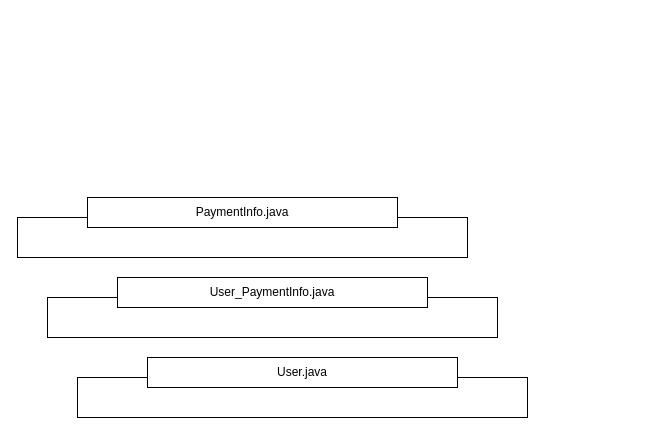
Above: EntitätNzuM.drawio in Manuel-F-04/drawio (draw.io), before the change. Source tidied: cells renumbered, new cells numbered last; positions are measured from the earlier drawing's top-left corner, leaving out a move shared by most shapes. Both pictures are drawn from the tidied source at 100%, with x=0, y=0 at pixel (17, 197).
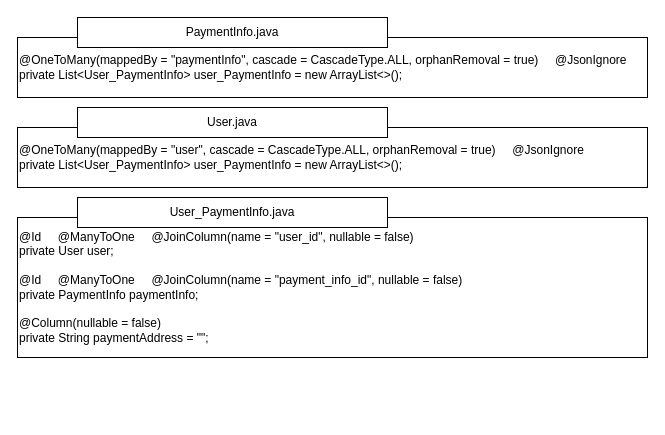
The same diagram, later.

Diff of the diagram source:
```diff
@@
 <mxGraphModel>
   <root>
     <mxCell id="0" />
     <mxCell id="1" parent="0" />
-    <mxCell id="2" style="rounded=0;whiteSpace=wrap;html=1;" parent="1" vertex="1">
-      <mxGeometry y="20" width="450" height="40" as="geometry" />
+    <mxCell id="2" value="&lt;div align=&quot;left&quot;&gt;@OneToMany(mappedBy = &quot;paymentInfo&quot;, cascade = CascadeType.ALL, orphanRemoval = true)&amp;nbsp;&amp;nbsp;&amp;nbsp;&amp;nbsp; @JsonIgnore&amp;nbsp;&amp;nbsp;&amp;nbsp;&amp;nbsp;&amp;nbsp;&lt;/div&gt;&lt;div align=&quot;left&quot;&gt;private List&amp;lt;User_PaymentInfo&amp;gt; user_PaymentInfo = new ArrayList&amp;lt;&amp;gt;();&lt;/div&gt;" style="rounded=0;whiteSpace=wrap;html=1;align=left;" parent="1" vertex="1">
+      <mxGeometry y="-160" width="630" height="60" as="geometry" />
     </mxCell>
-    <mxCell id="3" style="rounded=0;whiteSpace=wrap;html=1;" parent="1" vertex="1">
-      <mxGeometry x="30" y="100" width="450" height="40" as="geometry" />
+    <mxCell id="3" value="&lt;div align=&quot;left&quot;&gt;@Id&amp;nbsp;&amp;nbsp;&amp;nbsp;&amp;nbsp; @ManyToOne&amp;nbsp;&amp;nbsp;&amp;nbsp;&amp;nbsp; @JoinColumn(name = &quot;user_id&quot;, nullable = false)&amp;nbsp;&amp;nbsp;&amp;nbsp;&amp;nbsp;&amp;nbsp;&lt;/div&gt;&lt;div align=&quot;left&quot;&gt;private User user;&amp;nbsp;&amp;nbsp;&amp;nbsp;&amp;nbsp;&amp;nbsp;&amp;nbsp;&lt;/div&gt;&lt;div align=&quot;left&quot;&gt;&lt;br&gt;&lt;/div&gt;&lt;div align=&quot;left&quot;&gt;@Id&amp;nbsp;&amp;nbsp;&amp;nbsp;&amp;nbsp; @ManyToOne&amp;nbsp;&amp;nbsp;&amp;nbsp;&amp;nbsp; @JoinColumn(name = &quot;payment_info_id&quot;, nullable = false)&amp;nbsp;&amp;nbsp;&amp;nbsp;&amp;nbsp;&amp;nbsp;&lt;/div&gt;&lt;div align=&quot;left&quot;&gt;private PaymentInfo paymentInfo;&amp;nbsp;&amp;nbsp;&amp;nbsp;&amp;nbsp;&amp;nbsp;&amp;nbsp;&lt;/div&gt;&lt;div align=&quot;left&quot;&gt;&lt;br&gt;&lt;/div&gt;&lt;div align=&quot;left&quot;&gt;@Column(nullable = false)&amp;nbsp;&amp;nbsp;&amp;nbsp;&amp;nbsp;&amp;nbsp;&lt;/div&gt;&lt;div align=&quot;left&quot;&gt;private String paymentAddress = &quot;&quot;;&lt;/div&gt;" style="rounded=0;whiteSpace=wrap;html=1;align=left;" parent="1" vertex="1">
+      <mxGeometry y="20" width="630" height="140" as="geometry" />
     </mxCell>
-    <mxCell id="4" style="rounded=0;whiteSpace=wrap;html=1;" parent="1" vertex="1">
-      <mxGeometry x="60" y="180" width="450" height="40" as="geometry" />
+    <mxCell id="4" value="&lt;div align=&quot;left&quot;&gt;@OneToMany(mappedBy = &quot;user&quot;, cascade = CascadeType.ALL, orphanRemoval = true)&amp;nbsp;&amp;nbsp;&amp;nbsp;&amp;nbsp; @JsonIgnore&amp;nbsp;&amp;nbsp;&amp;nbsp;&amp;nbsp;&amp;nbsp;&lt;/div&gt;&lt;div align=&quot;left&quot;&gt;private List&amp;lt;User_PaymentInfo&amp;gt; user_PaymentInfo = new ArrayList&amp;lt;&amp;gt;();&lt;/div&gt;" style="rounded=0;whiteSpace=wrap;html=1;align=left;" parent="1" vertex="1">
+      <mxGeometry y="-70" width="630" height="60" as="geometry" />
     </mxCell>
     <mxCell id="5" value="PaymentInfo.java" style="rounded=0;whiteSpace=wrap;html=1;" parent="1" vertex="1">
-      <mxGeometry x="70" width="310" height="30" as="geometry" />
+      <mxGeometry x="60" y="-180" width="310" height="30" as="geometry" />
     </mxCell>
     <mxCell id="6" value="User_PaymentInfo.java" style="rounded=0;whiteSpace=wrap;html=1;" parent="1" vertex="1">
-      <mxGeometry x="100" y="80" width="310" height="30" as="geometry" />
+      <mxGeometry x="60" width="310" height="30" as="geometry" />
     </mxCell>
     <mxCell id="7" value="User.java" style="rounded=0;whiteSpace=wrap;html=1;" parent="1" vertex="1">
-      <mxGeometry x="130" y="160" width="310" height="30" as="geometry" />
+      <mxGeometry x="60" y="-90" width="310" height="30" as="geometry" />
     </mxCell>
   </root>
 </mxGraphModel>
```
